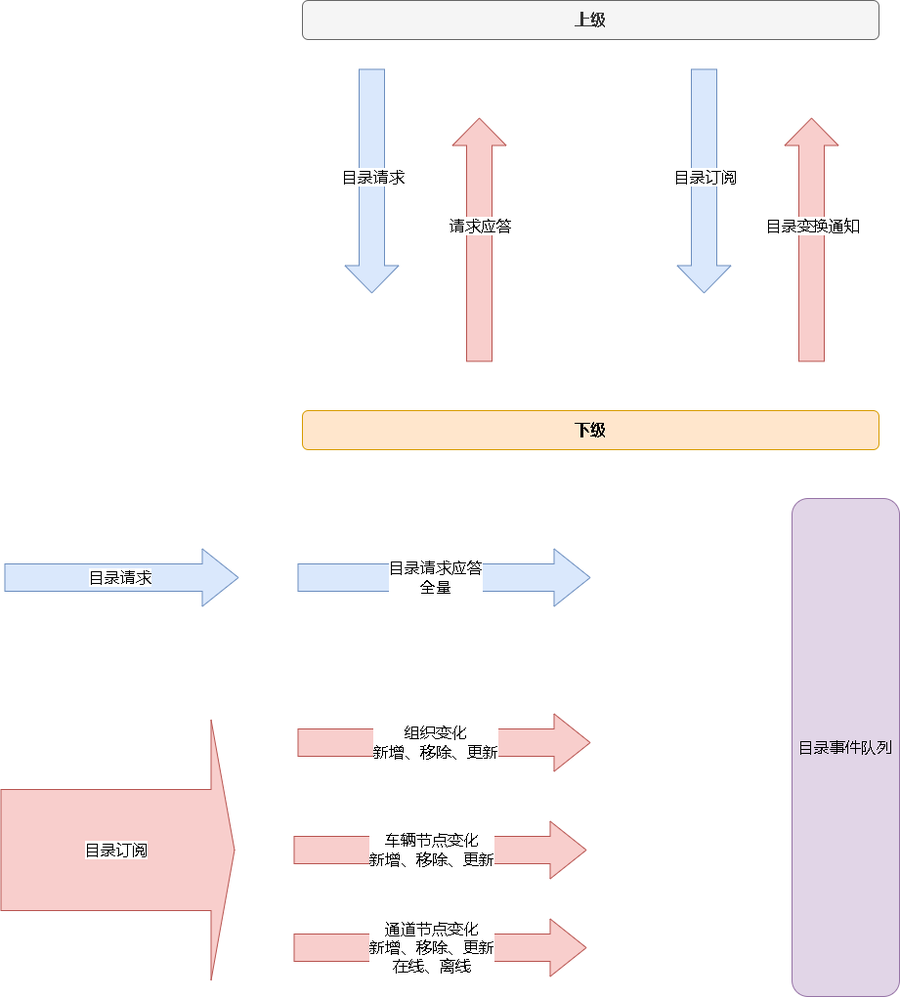
The draw.io diagram 28181.drawio.png in xktder/draw, before a commit. Source tidied: cells renumbered, new cells last; positions are measured from the earlier drawing's top-left corner, leaving out a move shared by most shapes.
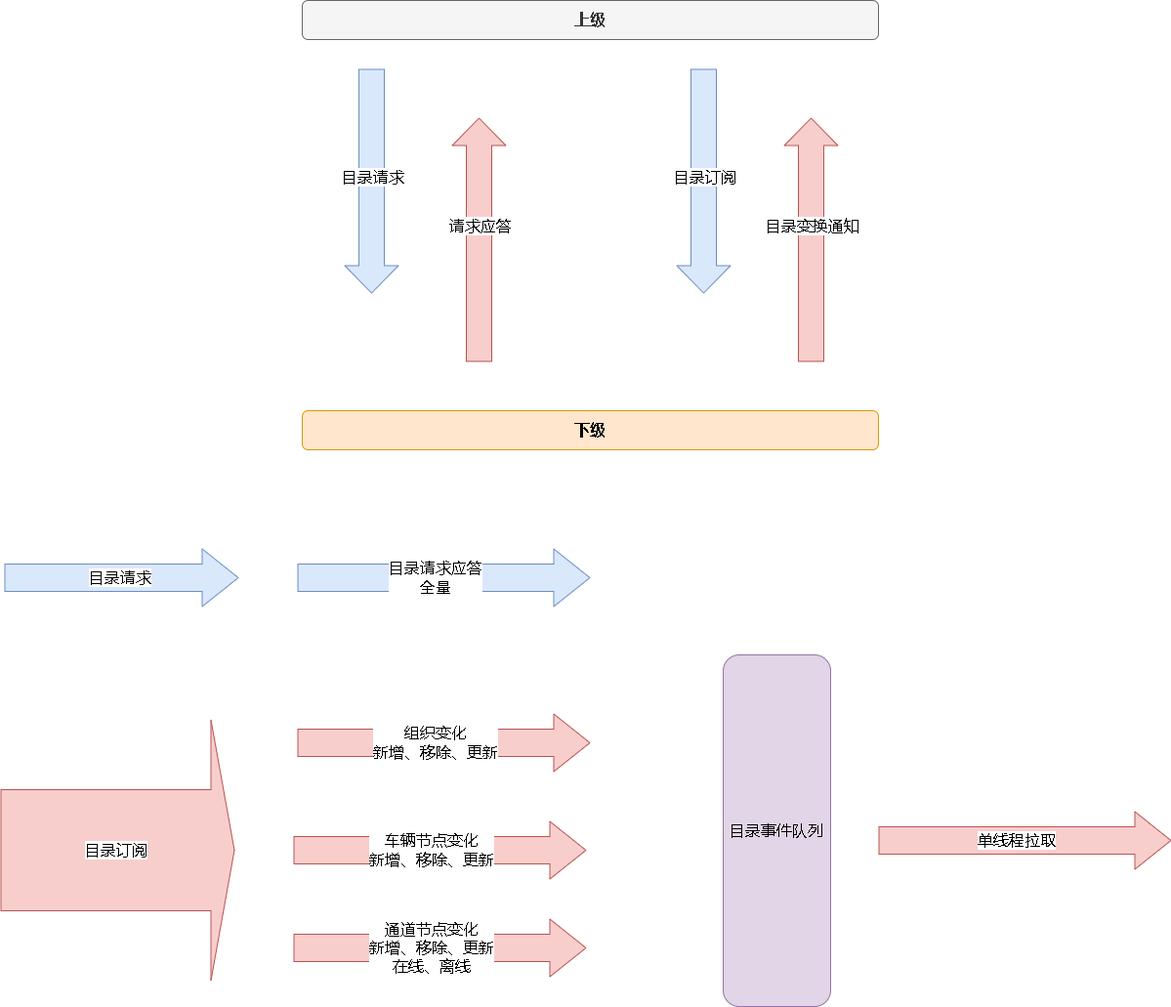
The same file after the commit.

Change to the diagram source:
```diff
@@ -119,7 +119,18 @@
       </mxGeometry>
     </mxCell>
     <mxCell id="24" value="目录事件队列" style="rounded=1;whiteSpace=wrap;html=1;fontSize=16;fillColor=#e1d5e7;strokeColor=#9673a6;" parent="1" vertex="1">
-      <mxGeometry x="810" y="510" width="110" height="510" as="geometry" />
+      <mxGeometry x="740" y="670" width="110" height="360" as="geometry" />
     </mxCell>
+    <mxCell id="25" style="shape=flexArrow;endArrow=classic;html=1;rounded=0;fontSize=16;width=28;endSize=12;endWidth=30;fillColor=#f8cecc;strokeColor=#b85450;" parent="1" edge="1">
+      <mxGeometry relative="1" as="geometry">
+        <mxPoint x="899" y="860" as="sourcePoint" />
+        <mxPoint x="1199" y="860" as="targetPoint" />
+      </mxGeometry>
+    </mxCell>
+    <mxCell id="26" value="单线程拉取" style="edgeLabel;html=1;align=center;verticalAlign=middle;fontSize=16;" parent="25" vertex="1">
+      <mxGeometry x="-0.23" y="1" relative="1" as="geometry">
+        <mxPoint x="25" as="offset" />
+      </mxGeometry>
+    </mxCell>
   </root>
 </mxGraphModel>
```
